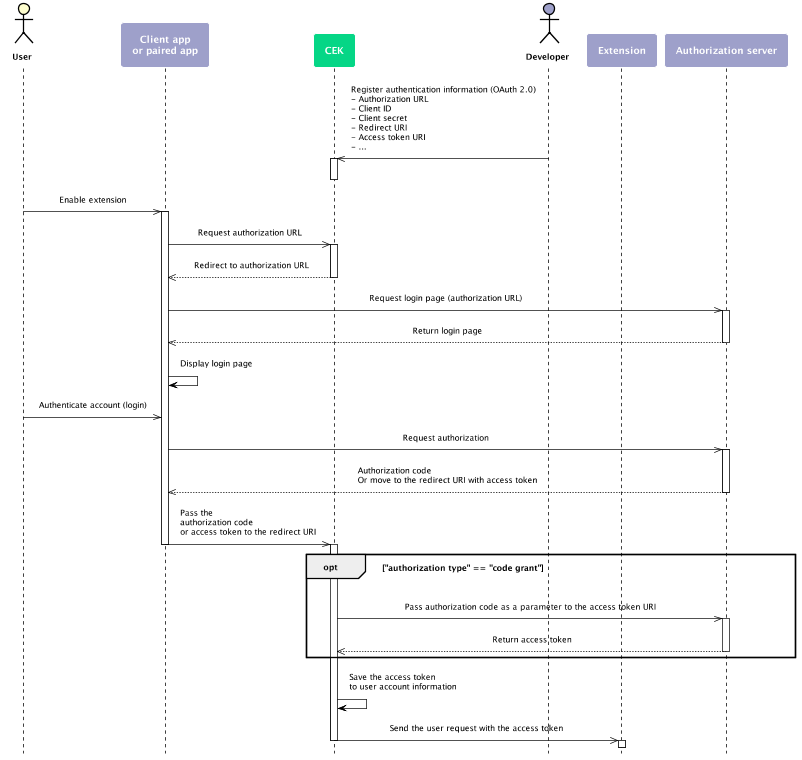
This is en/CEK/Resources/Images/CEK_Account_Linking_Setup_Sequence_Diagram.png from gracefulife/clova-developer-guide, a PlantUML export, as it was before one commit.
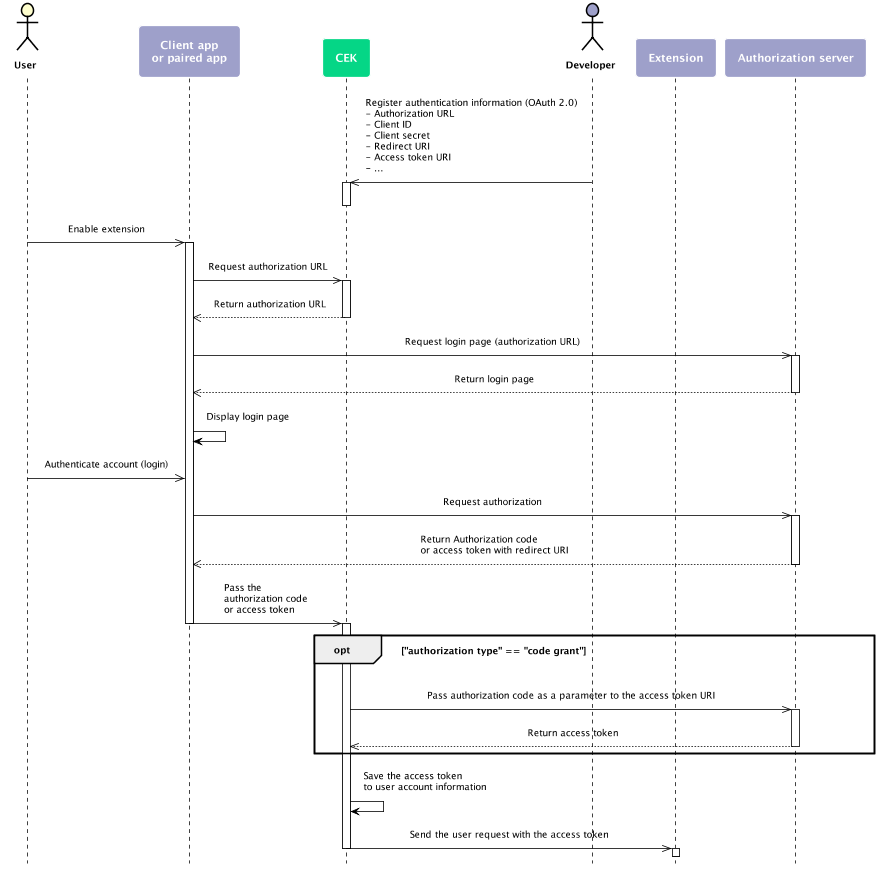
Above is the later version.

Change to the diagram source:
```diff
@@ -1,5 +1,5 @@
 @startuml
-scale max 800 width
+scale max 880 width
 skinparam sequenceMessageAlign center
 skinparam shadowing false
 skinparam roundcorner 10
@@ -38,7 +38,7 @@
 activate app
 app ->> cek: Request authorization URL
 activate cek
-cek -->> app: Redirect to authorization URL
+cek -->> app: Return authorization URL
 deactivate cek
 app ->> auth: Request login page (authorization URL)
 activate auth
@@ -48,9 +48,9 @@
 user ->> app: Authenticate account (login)
 app ->> auth: Request authorization
 activate auth
-auth -->> app: Authorization code\lOr move to the redirect URI with access token
+auth -->> app: Return Authorization code\lor access token with redirect URI
 deactivate auth
-app ->> cek: Pass the\lauthorization code\lor access token to the redirect URI
+app ->> cek: Pass the\lauthorization code\lor access token
 deactivate app
 activate cek
 opt "authorization type" == "code grant"
```
